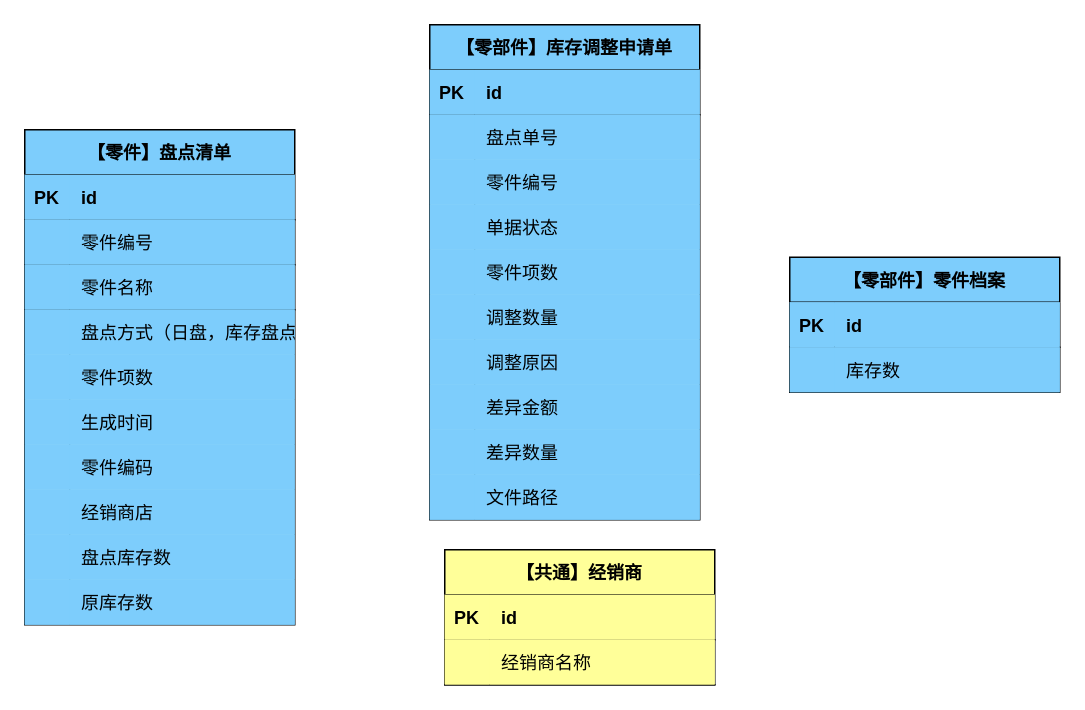
The draw.io diagram page "聚合根" (4 of 4) of 库存调整申请单.drawio in 1132489442/gitRepository1, before the edit. Source tidied: cells renumbered, new cells numbered last; positions are measured from the earlier drawing's top-left corner, leaving out a move shared by most shapes. Both pictures are drawn from the tidied source at 150%, with x=0, y=0 at pixel (24, 24).
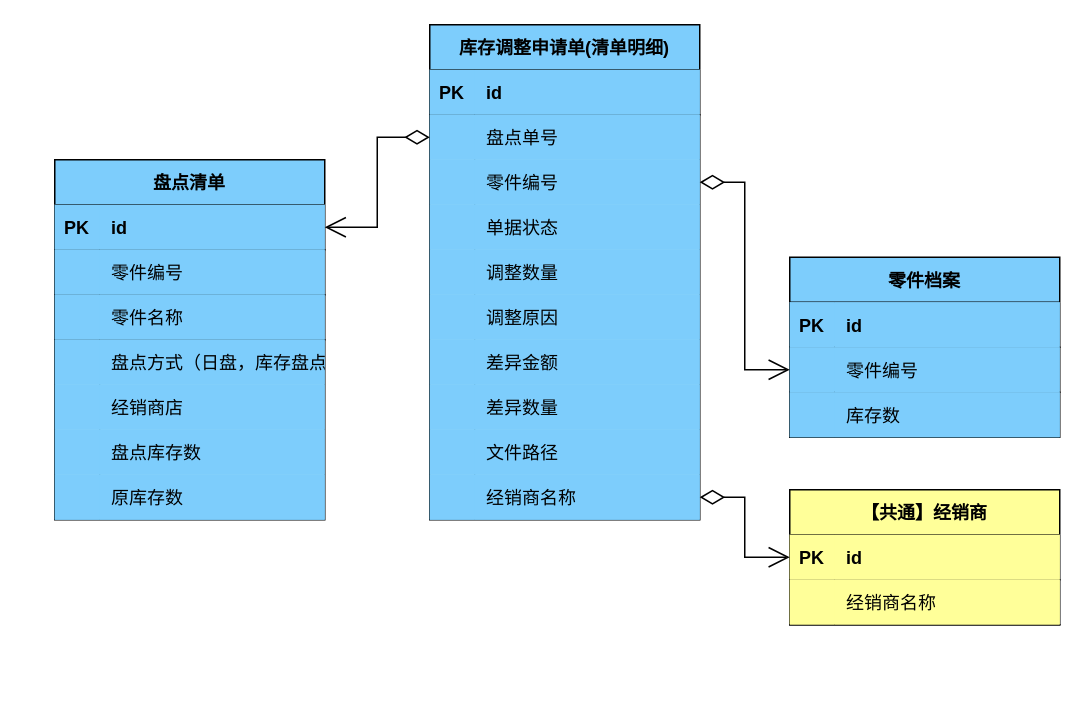
The same diagram, later.

The change refers to these unchanged cells:
```xml
<mxCell id="6" style="shape=tableRow;horizontal=0;startSize=0;swimlaneHead=0;swimlaneBody=0;fillColor=#7DCDFC;points=[[0,0.5],[1,0.5]];portConstraint=eastwest;top=0;left=0;right=0;bottom=0;" parent="2" vertex="1">
  <mxGeometry y="60" width="180" height="30" as="geometry" />
</mxCell>
<mxCell id="9" style="shape=tableRow;horizontal=0;startSize=0;swimlaneHead=0;swimlaneBody=0;fillColor=#7DCDFC;points=[[0,0.5],[1,0.5]];portConstraint=eastwest;top=0;left=0;right=0;bottom=0;" parent="2" vertex="1">
  <mxGeometry y="90" width="180" height="30" as="geometry" />
</mxCell>
<mxCell id="41" style="shape=tableRow;horizontal=0;startSize=0;swimlaneHead=0;swimlaneBody=0;fillColor=#FFFF99;points=[[0,0.5],[1,0.5]];portConstraint=eastwest;top=0;left=0;right=0;bottom=1;" parent="40" vertex="1">
  <mxGeometry y="30" width="180" height="30" as="geometry" />
</mxCell>
<mxCell id="48" style="shape=tableRow;horizontal=0;startSize=0;swimlaneHead=0;swimlaneBody=0;fillColor=#7DCDFC;points=[[0,0.5],[1,0.5]];portConstraint=eastwest;top=0;left=0;right=0;bottom=1;" parent="47" vertex="1">
  <mxGeometry y="30" width="180" height="30" as="geometry" />
</mxCell>
```

Change to the diagram source:
```diff
@@
-    <mxCell id="2" value="【零部件】库存调整申请单" style="shape=table;startSize=30;childLayout=tableLayout;rowLines=0;fontStyle=1;align=center;fillColor=#7DCDFC;" parent="1" vertex="1">
+    <mxCell id="2" value="库存调整申请单(清单明细)" style="shape=table;startSize=30;childLayout=tableLayout;rowLines=0;fontStyle=1;align=center;fillColor=#7DCDFC;" parent="1" vertex="1">
       <mxGeometry x="270" width="180" height="330" as="geometry" />
     </mxCell>
@@
-    <mxCell id="15" style="shape=tableRow;horizontal=0;startSize=0;swimlaneHead=0;swimlaneBody=0;fillColor=#7DCDFC;top=0;left=0;right=0;bottom=0;" parent="2" vertex="1">
-      <mxGeometry y="150" width="180" height="30" as="geometry" />
-    </mxCell>
-    <mxCell id="16" style="shape=partialRectangle;fillColor=#7DCDFC;top=0;left=0;bottom=0;right=0;overflow=hidden;" parent="15" vertex="1">
-      <mxGeometry width="30" height="30" as="geometry" />
-    </mxCell>
-    <mxCell id="17" value="零件项数" style="shape=partialRectangle;fillColor=#7DCDFC;top=0;left=0;bottom=0;right=0;align=left;spacingLeft=6;overflow=hidden;" parent="15" vertex="1">
-      <mxGeometry x="30" width="150" height="30" as="geometry" />
-    </mxCell>
     <mxCell id="18" style="shape=tableRow;horizontal=0;startSize=0;swimlaneHead=0;swimlaneBody=0;fillColor=#7DCDFC;top=0;left=0;right=0;bottom=0;" parent="2" vertex="1">
-      <mxGeometry y="180" width="180" height="30" as="geometry" />
+      <mxGeometry y="150" width="180" height="30" as="geometry" />
     </mxCell>
@@
     <mxCell id="21" style="shape=tableRow;horizontal=0;startSize=0;swimlaneHead=0;swimlaneBody=0;fillColor=#7DCDFC;top=0;left=0;right=0;bottom=0;" parent="2" vertex="1">
-      <mxGeometry y="210" width="180" height="30" as="geometry" />
+      <mxGeometry y="180" width="180" height="30" as="geometry" />
     </mxCell>
@@
     <mxCell id="24" style="shape=tableRow;horizontal=0;startSize=0;swimlaneHead=0;swimlaneBody=0;fillColor=#7DCDFC;top=0;left=0;right=0;bottom=0;" parent="2" vertex="1">
-      <mxGeometry y="240" width="180" height="30" as="geometry" />
+      <mxGeometry y="210" width="180" height="30" as="geometry" />
     </mxCell>
@@
     <mxCell id="27" style="shape=tableRow;horizontal=0;startSize=0;swimlaneHead=0;swimlaneBody=0;fillColor=#7DCDFC;top=0;left=0;right=0;bottom=0;" parent="2" vertex="1">
-      <mxGeometry y="270" width="180" height="30" as="geometry" />
+      <mxGeometry y="240" width="180" height="30" as="geometry" />
     </mxCell>
@@
     <mxCell id="30" style="shape=tableRow;horizontal=0;startSize=0;swimlaneHead=0;swimlaneBody=0;fillColor=#7DCDFC;top=0;left=0;right=0;bottom=0;" parent="2" vertex="1">
-      <mxGeometry y="300" width="180" height="30" as="geometry" />
+      <mxGeometry y="270" width="180" height="30" as="geometry" />
     </mxCell>
@@
+    <mxCell id="78" style="shape=tableRow;horizontal=0;startSize=0;swimlaneHead=0;swimlaneBody=0;fillColor=#7DCDFC;points=[[0,0.5],[1,0.5]];portConstraint=eastwest;top=0;left=0;right=0;bottom=0;" parent="2" vertex="1">
+      <mxGeometry y="300" width="180" height="30" as="geometry" />
+    </mxCell>
+    <mxCell id="79" style="shape=partialRectangle;fillColor=#7DCDFC;top=0;left=0;bottom=0;right=0;overflow=hidden;" parent="78" vertex="1">
+      <mxGeometry width="30" height="30" as="geometry" />
+    </mxCell>
+    <mxCell id="80" value="经销商名称" style="shape=partialRectangle;fillColor=#7DCDFC;top=0;left=0;bottom=0;right=0;align=left;spacingLeft=6;overflow=hidden;" parent="78" vertex="1">
+      <mxGeometry x="30" width="150" height="30" as="geometry" />
+    </mxCell>
-    <mxCell id="33" value="【零部件】零件档案" style="shape=table;startSize=30;childLayout=tableLayout;rowLines=0;fontStyle=1;align=center;fillColor=#7DCDFC;" parent="1" vertex="1">
-      <mxGeometry x="510" y="155" width="180" height="90" as="geometry" />
+    <mxCell id="33" value="零件档案" style="shape=table;startSize=30;childLayout=tableLayout;rowLines=0;fontStyle=1;align=center;fillColor=#7DCDFC;" parent="1" vertex="1">
+      <mxGeometry x="510" y="155" width="180" height="120" as="geometry" />
     </mxCell>
@@
+    <mxCell id="81" style="shape=tableRow;horizontal=0;startSize=0;swimlaneHead=0;swimlaneBody=0;fillColor=#7DCDFC;points=[[0,0.5],[1,0.5]];portConstraint=eastwest;top=0;left=0;right=0;bottom=1;" parent="33" vertex="1">
+      <mxGeometry y="60" width="180" height="30" as="geometry" />
+    </mxCell>
+    <mxCell id="82" style="shape=partialRectangle;fillColor=#7DCDFC;top=0;left=0;bottom=0;right=0;fontStyle=1;overflow=hidden;" parent="81" vertex="1">
+      <mxGeometry width="30" height="30" as="geometry" />
+    </mxCell>
+    <mxCell id="83" value="零件编号" style="shape=partialRectangle;fillColor=#7DCDFC;top=0;left=0;bottom=0;right=0;align=left;spacingLeft=6;fontStyle=0;overflow=hidden;" parent="81" vertex="1">
+      <mxGeometry x="30" width="150" height="30" as="geometry" />
+    </mxCell>
     <mxCell id="37" style="shape=tableRow;horizontal=0;startSize=0;swimlaneHead=0;swimlaneBody=0;fillColor=#7DCDFC;top=0;left=0;right=0;bottom=0;" parent="33" vertex="1">
-      <mxGeometry y="60" width="180" height="30" as="geometry" />
+      <mxGeometry y="90" width="180" height="30" as="geometry" />
     </mxCell>
@@
     <mxCell id="40" value="【共通】经销商" style="shape=table;startSize=30;childLayout=tableLayout;rowLines=0;fontStyle=1;align=center;fillColor=#FFFF99;" parent="1" vertex="1">
-      <mxGeometry x="280" y="350" width="180" height="90" as="geometry" />
+      <mxGeometry x="510" y="310" width="180" height="90" as="geometry" />
     </mxCell>
@@
-    <mxCell id="47" value="【零件】盘点清单" style="shape=table;startSize=30;childLayout=tableLayout;rowLines=0;fontStyle=1;align=center;fillColor=#7DCDFC;" parent="1" vertex="1">
-      <mxGeometry y="70" width="180" height="330" as="geometry" />
+    <mxCell id="47" value="盘点清单" style="shape=table;startSize=30;childLayout=tableLayout;rowLines=0;fontStyle=1;align=center;fillColor=#7DCDFC;" parent="1" vertex="1">
+      <mxGeometry x="20" y="90" width="180" height="240" as="geometry" />
     </mxCell>
@@
-    <mxCell id="60" style="shape=tableRow;horizontal=0;startSize=0;swimlaneHead=0;swimlaneBody=0;fillColor=#7DCDFC;top=0;left=0;right=0;bottom=0;" parent="47" vertex="1">
-      <mxGeometry y="150" width="180" height="30" as="geometry" />
-    </mxCell>
-    <mxCell id="61" style="shape=partialRectangle;fillColor=#7DCDFC;top=0;left=0;bottom=0;right=0;overflow=hidden;" parent="60" vertex="1">
-      <mxGeometry width="30" height="30" as="geometry" />
-    </mxCell>
-    <mxCell id="62" value="零件项数" style="shape=partialRectangle;fillColor=#7DCDFC;top=0;left=0;bottom=0;right=0;align=left;spacingLeft=6;overflow=hidden;" parent="60" vertex="1">
-      <mxGeometry x="30" width="150" height="30" as="geometry" />
-    </mxCell>
-    <mxCell id="63" style="shape=tableRow;horizontal=0;startSize=0;swimlaneHead=0;swimlaneBody=0;fillColor=#7DCDFC;top=0;left=0;right=0;bottom=0;" parent="47" vertex="1">
-      <mxGeometry y="180" width="180" height="30" as="geometry" />
-    </mxCell>
-    <mxCell id="64" style="shape=partialRectangle;fillColor=#7DCDFC;top=0;left=0;bottom=0;right=0;overflow=hidden;" parent="63" vertex="1">
-      <mxGeometry width="30" height="30" as="geometry" />
-    </mxCell>
-    <mxCell id="65" value="生成时间" style="shape=partialRectangle;fillColor=#7DCDFC;top=0;left=0;bottom=0;right=0;align=left;spacingLeft=6;overflow=hidden;" parent="63" vertex="1">
-      <mxGeometry x="30" width="150" height="30" as="geometry" />
-    </mxCell>
-    <mxCell id="66" style="shape=tableRow;horizontal=0;startSize=0;swimlaneHead=0;swimlaneBody=0;fillColor=#7DCDFC;top=0;left=0;right=0;bottom=0;" parent="47" vertex="1">
-      <mxGeometry y="210" width="180" height="30" as="geometry" />
-    </mxCell>
-    <mxCell id="67" style="shape=partialRectangle;fillColor=#7DCDFC;top=0;left=0;bottom=0;right=0;overflow=hidden;" parent="66" vertex="1">
-      <mxGeometry width="30" height="30" as="geometry" />
-    </mxCell>
-    <mxCell id="68" value="零件编码" style="shape=partialRectangle;fillColor=#7DCDFC;top=0;left=0;bottom=0;right=0;align=left;spacingLeft=6;overflow=hidden;" parent="66" vertex="1">
-      <mxGeometry x="30" width="150" height="30" as="geometry" />
-    </mxCell>
     <mxCell id="69" style="shape=tableRow;horizontal=0;startSize=0;swimlaneHead=0;swimlaneBody=0;fillColor=#7DCDFC;top=0;left=0;right=0;bottom=0;" parent="47" vertex="1">
-      <mxGeometry y="240" width="180" height="30" as="geometry" />
+      <mxGeometry y="150" width="180" height="30" as="geometry" />
     </mxCell>
@@
     <mxCell id="72" style="shape=tableRow;horizontal=0;startSize=0;swimlaneHead=0;swimlaneBody=0;fillColor=#7DCDFC;top=0;left=0;right=0;bottom=0;" parent="47" vertex="1">
-      <mxGeometry y="270" width="180" height="30" as="geometry" />
+      <mxGeometry y="180" width="180" height="30" as="geometry" />
     </mxCell>
@@
     <mxCell id="75" style="shape=tableRow;horizontal=0;startSize=0;swimlaneHead=0;swimlaneBody=0;fillColor=#7DCDFC;top=0;left=0;right=0;bottom=0;" parent="47" vertex="1">
-      <mxGeometry y="300" width="180" height="30" as="geometry" />
+      <mxGeometry y="210" width="180" height="30" as="geometry" />
     </mxCell>
@@
+    <mxCell id="84" style="endArrow=open;html=1;endSize=12;startArrow=diamondThin;startSize=14;startFill=0;edgeStyle=orthogonalEdgeStyle;align=left;verticalAlign=bottom;rounded=0;exitX=1;exitY=0.5;exitDx=0;exitDy=0;entryX=0;entryY=0.5;entryDx=0;entryDy=0;" parent="1" edge="1" source="9" target="81">
+      <mxGeometry x="-1" y="3" relative="1" as="geometry" />
+    </mxCell>
+    <mxCell id="85" style="endArrow=open;html=1;endSize=12;startArrow=diamondThin;startSize=14;startFill=0;edgeStyle=orthogonalEdgeStyle;align=left;verticalAlign=bottom;rounded=0;exitX=0;exitY=0.5;exitDx=0;exitDy=0;" parent="1" edge="1" source="6" target="48">
+      <mxGeometry x="-1" y="3" relative="1" as="geometry" />
+    </mxCell>
+    <mxCell id="86" style="endArrow=open;html=1;endSize=12;startArrow=diamondThin;startSize=14;startFill=0;edgeStyle=orthogonalEdgeStyle;align=left;verticalAlign=bottom;rounded=0;exitX=1;exitY=0.5;exitDx=0;exitDy=0;entryX=0;entryY=0.5;entryDx=0;entryDy=0;" parent="1" edge="1" source="78" target="41">
+      <mxGeometry x="-1" y="3" relative="1" as="geometry" />
+    </mxCell>
```
